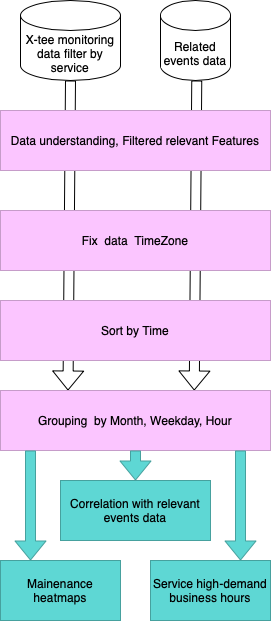
joosepgit/EESTI-X-TEE-HICCUPS keeps this draw.io diagram as methodology.png. Above is the earlier version. Source tidied: cells renumbered, new cells last; positions are measured from the earlier drawing's top-left corner, leaving out a move shared by most shapes.
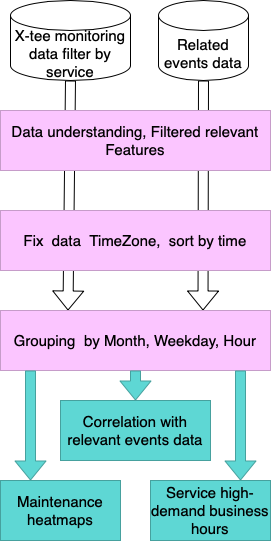
Above is the later version.

Change to the diagram source:
```diff
@@ -2,54 +2,48 @@
   <root>
     <mxCell id="0" />
     <mxCell id="1" parent="0" />
-    <mxCell id="2" style="shape=flexArrow;endArrow=classic;html=1;exitX=0.5;exitY=1;exitDx=0;exitDy=0;exitPerimeter=0;entryX=0.25;entryY=0;entryDx=0;entryDy=0;" parent="1" edge="1">
-      <mxGeometry relative="1" as="geometry">
-        <mxPoint x="196.2" y="80" as="sourcePoint" />
-        <mxPoint x="193.8" y="390" as="targetPoint" />
-      </mxGeometry>
-    </mxCell>
+    <mxCell id="16" style="shape=flexArrow;endArrow=classic;html=1;exitX=0.5;exitY=1;exitDx=0;exitDy=0;exitPerimeter=0;entryX=0.75;entryY=0;entryDx=0;entryDy=0;fillColor=#ffffff;" parent="1" edge="1" source="10" target="7">
+      <mxGeometry relative="1" as="geometry" />
+    </mxCell>
-    <mxCell id="3" style="shape=flexArrow;endArrow=classic;html=1;exitX=0.5;exitY=1;exitDx=0;exitDy=0;exitPerimeter=0;entryX=0.25;entryY=0;entryDx=0;entryDy=0;" parent="1" edge="1" source="9" target="7">
+    <mxCell id="3" style="shape=flexArrow;endArrow=classic;html=1;exitX=0.5;exitY=1;exitDx=0;exitDy=0;exitPerimeter=0;entryX=0.25;entryY=0;entryDx=0;entryDy=0;fillColor=#ffffff;" parent="1" edge="1" source="9" target="7">
       <mxGeometry relative="1" as="geometry" />
     </mxCell>
-    <mxCell id="4" value="&lt;span style=&quot;color: rgb(0, 0, 0); font-family: helvetica; font-size: 12px; font-style: normal; font-weight: normal; letter-spacing: normal; text-align: center; text-indent: 0px; text-transform: none; word-spacing: 0px; text-decoration: none; display: inline; float: none;&quot;&gt;Data understanding, Filtered relevant Features&lt;/span&gt;" style="rounded=0;whiteSpace=wrap;html=1;fillColor=#FBC5FF;strokeColor=#C69CC9;labelBackgroundColor=#FBC5FF;" parent="1" vertex="1">
+    <mxCell id="4" value="&lt;span style=&quot;color: rgb(0, 0, 0); font-family: helvetica; font-size: 15px; font-style: normal; font-weight: normal; letter-spacing: normal; text-align: center; text-indent: 0px; text-transform: none; word-spacing: 0px; text-decoration: none; display: inline; float: none;&quot;&gt;Data understanding, Filtered relevant Features&lt;/span&gt;" style="rounded=0;whiteSpace=wrap;html=1;fillColor=#FBC5FF;strokeColor=#C69CC9;labelBackgroundColor=#FBC5FF;fontSize=15;" parent="1" vertex="1">
       <mxGeometry y="110" width="270" height="60" as="geometry" />
     </mxCell>
-    <mxCell id="5" value="&lt;span style=&quot;color: rgb(0, 0, 0); font-family: helvetica; font-size: 12px; font-style: normal; font-weight: normal; letter-spacing: normal; text-align: center; text-indent: 0px; text-transform: none; word-spacing: 0px; text-decoration: none; display: inline; float: none;&quot;&gt;Fix &amp;nbsp;data &amp;nbsp;TimeZone&lt;/span&gt;" style="rounded=0;whiteSpace=wrap;html=1;fillColor=#FBC5FF;strokeColor=#C69CC9;labelBackgroundColor=#FBC5FF;" parent="1" vertex="1">
+    <mxCell id="5" value="&lt;span style=&quot;color: rgb(0 , 0 , 0) ; font-family: &amp;#34;helvetica&amp;#34; ; font-size: 15px ; font-style: normal ; font-weight: normal ; letter-spacing: normal ; text-align: center ; text-indent: 0px ; text-transform: none ; word-spacing: 0px ; text-decoration: none ; display: inline ; float: none&quot;&gt;Fix &amp;nbsp;data &amp;nbsp;TimeZone, &amp;nbsp;sort by time&lt;/span&gt;" style="rounded=0;whiteSpace=wrap;html=1;fillColor=#FBC5FF;strokeColor=#C69CC9;labelBackgroundColor=#FBC5FF;fontSize=15;" parent="1" vertex="1">
       <mxGeometry y="210" width="270" height="60" as="geometry" />
     </mxCell>
-    <mxCell id="6" value="&lt;span&gt;Sort by Time&lt;/span&gt;" style="rounded=0;whiteSpace=wrap;html=1;fillColor=#FBC5FF;strokeColor=#C69CC9;labelBackgroundColor=#FBC5FF;" parent="1" vertex="1">
-      <mxGeometry y="300" width="270" height="60" as="geometry" />
-    </mxCell>
-    <mxCell id="7" value="&lt;span style=&quot;color: rgb(0, 0, 0); font-family: helvetica; font-size: 12px; font-style: normal; font-weight: normal; letter-spacing: normal; text-align: center; text-indent: 0px; text-transform: none; word-spacing: 0px; text-decoration: none; display: inline; float: none;&quot;&gt;Grouping &amp;nbsp;by Month, Weekday, Hour&lt;/span&gt;" style="rounded=0;whiteSpace=wrap;html=1;fillColor=#FBC5FF;strokeColor=#C69CC9;labelBackgroundColor=#FBC5FF;" parent="1" vertex="1">
-      <mxGeometry y="390" width="270" height="60" as="geometry" />
+    <mxCell id="7" value="&lt;span style=&quot;color: rgb(0, 0, 0); font-family: helvetica; font-size: 15px; font-style: normal; font-weight: normal; letter-spacing: normal; text-align: center; text-indent: 0px; text-transform: none; word-spacing: 0px; text-decoration: none; display: inline; float: none;&quot;&gt;Grouping &amp;nbsp;by Month, Weekday, Hour&lt;/span&gt;" style="rounded=0;whiteSpace=wrap;html=1;fillColor=#FBC5FF;strokeColor=#C69CC9;labelBackgroundColor=#FBC5FF;fontSize=15;" parent="1" vertex="1">
+      <mxGeometry y="310" width="270" height="60" as="geometry" />
     </mxCell>
-    <mxCell id="8" value="&lt;span style=&quot;color: rgb(0, 0, 0); font-family: helvetica; font-size: 12px; font-style: normal; font-weight: normal; letter-spacing: normal; text-align: center; text-indent: 0px; text-transform: none; word-spacing: 0px; text-decoration: none; display: inline; float: none;&quot;&gt;Correlation with relevant events data&lt;/span&gt;" style="rounded=0;whiteSpace=wrap;html=1;fillColor=#5ed7d4;labelBackgroundColor=#5ED7D4;strokeColor=#46A19E;" parent="1" vertex="1">
-      <mxGeometry x="60" y="480" width="150" height="60" as="geometry" />
+    <mxCell id="8" value="&lt;span style=&quot;color: rgb(0, 0, 0); font-family: helvetica; font-size: 15px; font-style: normal; font-weight: normal; letter-spacing: normal; text-align: center; text-indent: 0px; text-transform: none; word-spacing: 0px; text-decoration: none; display: inline; float: none;&quot;&gt;Correlation with relevant events data&lt;/span&gt;" style="rounded=0;whiteSpace=wrap;html=1;fillColor=#5ed7d4;labelBackgroundColor=#5ED7D4;strokeColor=#46A19E;fontSize=15;" parent="1" vertex="1">
+      <mxGeometry x="60" y="400" width="150" height="60" as="geometry" />
     </mxCell>
-    <mxCell id="9" value="&lt;span style=&quot;color: rgb(0, 0, 0); font-family: helvetica; font-size: 12px; font-style: normal; font-weight: normal; letter-spacing: normal; text-align: center; text-indent: 0px; text-transform: none; word-spacing: 0px; text-decoration: none; display: inline; float: none;&quot;&gt;X-tee monitoring data filter by service&lt;/span&gt;" style="shape=cylinder3;whiteSpace=wrap;html=1;boundedLbl=1;backgroundOutline=1;size=15;labelBackgroundColor=none;" parent="1" vertex="1">
-      <mxGeometry x="20" width="100" height="80" as="geometry" />
+    <mxCell id="9" value="&lt;span style=&quot;color: rgb(0, 0, 0); font-family: helvetica; font-size: 15px; font-style: normal; font-weight: normal; letter-spacing: normal; text-align: center; text-indent: 0px; text-transform: none; word-spacing: 0px; text-decoration: none; display: inline; float: none;&quot;&gt;X-tee monitoring data filter by service&lt;/span&gt;" style="shape=cylinder3;whiteSpace=wrap;html=1;boundedLbl=1;backgroundOutline=1;size=15;labelBackgroundColor=none;fontSize=15;" parent="1" vertex="1">
+      <mxGeometry x="10" width="120" height="80" as="geometry" />
     </mxCell>
-    <mxCell id="10" value="&lt;span style=&quot;color: rgb(0, 0, 0); font-family: helvetica; font-size: 12px; font-style: normal; font-weight: normal; letter-spacing: normal; text-align: center; text-indent: 0px; text-transform: none; word-spacing: 0px; text-decoration: none; display: inline; float: none;&quot;&gt;Related events data&lt;/span&gt;" style="shape=cylinder3;whiteSpace=wrap;html=1;boundedLbl=1;backgroundOutline=1;size=15;labelBackgroundColor=#ffffff;" parent="1" vertex="1">
-      <mxGeometry x="160" width="70" height="80" as="geometry" />
+    <mxCell id="10" value="&lt;span style=&quot;color: rgb(0, 0, 0); font-family: helvetica; font-size: 15px; font-style: normal; font-weight: normal; letter-spacing: normal; text-align: center; text-indent: 0px; text-transform: none; word-spacing: 0px; text-decoration: none; display: inline; float: none;&quot;&gt;Related events data&lt;/span&gt;" style="shape=cylinder3;whiteSpace=wrap;html=1;boundedLbl=1;backgroundOutline=1;size=15;labelBackgroundColor=none;fontSize=15;" parent="1" vertex="1">
+      <mxGeometry x="158" width="90" height="80" as="geometry" />
     </mxCell>
     <mxCell id="11" style="shape=flexArrow;endArrow=classic;html=1;exitX=0.5;exitY=1;exitDx=0;exitDy=0;entryX=0.5;entryY=0;entryDx=0;entryDy=0;fillColor=#5ED7D4;strokeColor=#46A19E;" parent="1" edge="1" source="7" target="8">
       <mxGeometry relative="1" as="geometry" />
     </mxCell>
-    <mxCell id="12" value="&lt;span style=&quot;color: rgb(0 , 0 , 0) ; font-family: &amp;#34;helvetica&amp;#34; ; font-size: 12px ; font-style: normal ; font-weight: normal ; letter-spacing: normal ; text-align: center ; text-indent: 0px ; text-transform: none ; word-spacing: 0px ; text-decoration: none ; display: inline ; float: none ; background-color: rgb(94 , 215 , 212)&quot;&gt;Mainenance heatmaps&lt;/span&gt;" style="rounded=0;whiteSpace=wrap;html=1;fillColor=#5ED7D4;strokeColor=#46A19E;" parent="1" vertex="1">
-      <mxGeometry y="560" width="120" height="60" as="geometry" />
+    <mxCell id="12" value="&lt;span style=&quot;color: rgb(0 , 0 , 0) ; font-family: &amp;#34;helvetica&amp;#34; ; font-size: 15px ; font-style: normal ; font-weight: normal ; letter-spacing: normal ; text-align: center ; text-indent: 0px ; text-transform: none ; word-spacing: 0px ; text-decoration: none ; display: inline ; float: none ; background-color: rgb(94 , 215 , 212)&quot;&gt;Maintenance heatmaps&lt;/span&gt;" style="rounded=0;whiteSpace=wrap;html=1;fillColor=#5ED7D4;strokeColor=#46A19E;fontSize=15;" parent="1" vertex="1">
+      <mxGeometry y="480" width="120" height="60" as="geometry" />
     </mxCell>
-    <mxCell id="13" value="&lt;span&gt;Service high-demand business hours&lt;/span&gt;" style="rounded=0;whiteSpace=wrap;html=1;fillColor=#5ED7D4;strokeColor=#46A19E;" parent="1" vertex="1">
-      <mxGeometry x="150" y="560" width="120" height="60" as="geometry" />
+    <mxCell id="13" value="&lt;span style=&quot;font-size: 15px;&quot;&gt;Service high-demand business hours&lt;/span&gt;" style="rounded=0;whiteSpace=wrap;html=1;fillColor=#5ED7D4;strokeColor=#46A19E;fontSize=15;" parent="1" vertex="1">
+      <mxGeometry x="150" y="480" width="120" height="60" as="geometry" />
     </mxCell>
     <mxCell id="14" style="shape=flexArrow;endArrow=classic;html=1;entryX=0.25;entryY=0;entryDx=0;entryDy=0;fillColor=#5ED7D4;strokeColor=#46A19E;" parent="1" edge="1" target="12">
       <mxGeometry relative="1" as="geometry">
-        <mxPoint x="30" y="450" as="sourcePoint" />
+        <mxPoint x="30" y="370" as="sourcePoint" />
       </mxGeometry>
     </mxCell>
     <mxCell id="15" style="shape=flexArrow;endArrow=classic;html=1;entryX=0.25;entryY=0;entryDx=0;entryDy=0;fillColor=#5ED7D4;strokeColor=#46A19E;" parent="1" edge="1">
       <mxGeometry relative="1" as="geometry">
-        <mxPoint x="240" y="450" as="sourcePoint" />
-        <mxPoint x="240" y="560" as="targetPoint" />
+        <mxPoint x="240" y="370" as="sourcePoint" />
+        <mxPoint x="240" y="480" as="targetPoint" />
       </mxGeometry>
     </mxCell>
   </root>
```
